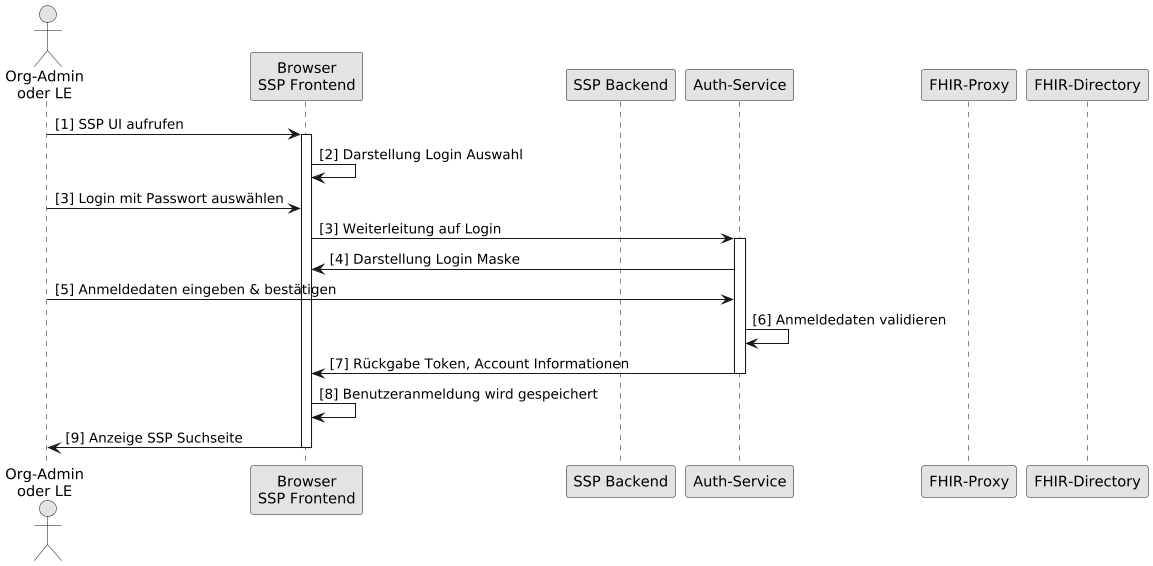
Before: images/diagrams/SequenceDiagram.FHIR-Directory.SSP.Auth.Passw.png, a diagram exported from PlantUML (gematik/api-vzd).
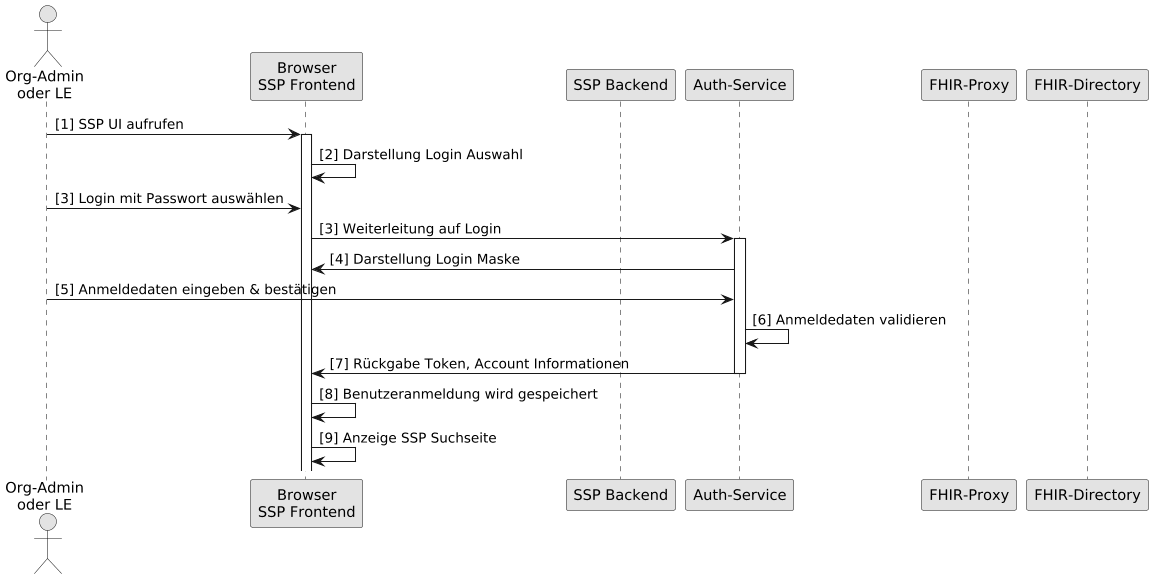
After the change.

Diff of the diagram source:
```diff
@@ -25,7 +25,6 @@
 deactivate au
 
 cl -> cl: [8] Benutzeranmeldung wird gespeichert
-cl -> o: [9] Anzeige SSP Suchseite
+cl -> cl: [9] Anzeige SSP Suchseite
 
-deactivate cl
 @enduml
```
